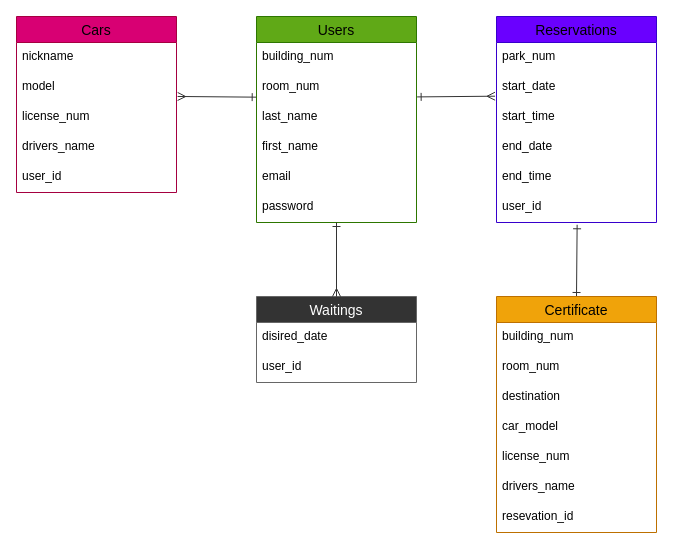
The draw.io diagram ER.drawio in hedgehog248/parking-reserve, before the edit. Source tidied: cells renumbered, new cells numbered last; positions are measured from the earlier drawing's top-left corner, leaving out a move shared by most shapes. Both pictures are drawn from the tidied source at 100%, with x=0, y=0 at pixel (16, 16).
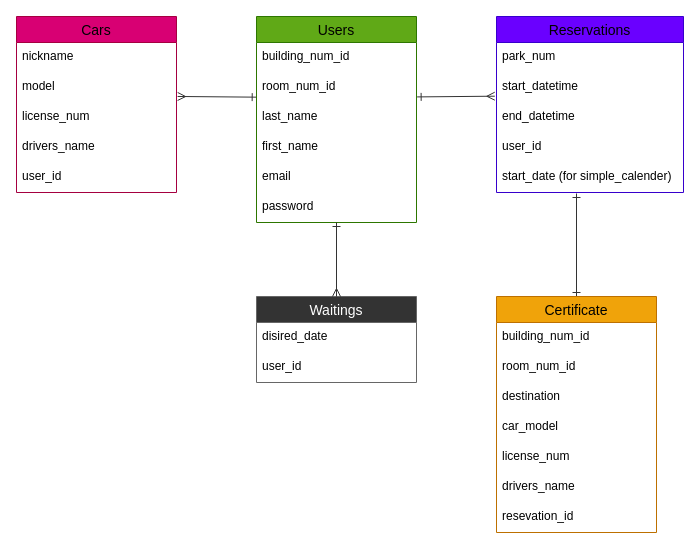
After the change.

Commit message (it also covers changes not shown here):
ER図とreadmeの修正

The change refers to these unchanged cells:
```xml
<mxCell id="3" value="Users" style="swimlane;fontStyle=0;horizontal=1;startSize=26;align=center;fontSize=14;fillColor=#60a917;fontColor=#000000;strokeColor=#2D7600;shadow=0;labelBorderColor=none;labelBackgroundColor=none;rounded=0;" parent="1" vertex="1">
  <mxGeometry x="240" width="160" height="206" as="geometry" />
</mxCell>
<mxCell id="25" value="Certificate" style="swimlane;fontStyle=0;horizontal=1;startSize=26;align=center;fontSize=14;fillColor=#f0a30a;fontColor=#000000;strokeColor=#BD7000;shadow=0;labelBorderColor=none;labelBackgroundColor=none;rounded=0;" parent="1" vertex="1">
  <mxGeometry x="480" y="280" width="160" height="236" as="geometry" />
</mxCell>
```

Diff of the diagram source:
```diff
@@
-    <mxCell id="4" value="building_num" style="text;strokeColor=none;fillColor=none;spacingLeft=4;spacingRight=4;overflow=hidden;fontSize=12;shadow=0;labelBorderColor=none;labelBackgroundColor=none;fontColor=#000000;rounded=0;" parent="3" vertex="1">
+    <mxCell id="4" value="building_num_id" style="text;strokeColor=none;fillColor=none;spacingLeft=4;spacingRight=4;overflow=hidden;fontSize=12;shadow=0;labelBorderColor=none;labelBackgroundColor=none;fontColor=#000000;rounded=0;" parent="3" vertex="1">
       <mxGeometry y="26" width="160" height="30" as="geometry" />
     </mxCell>
-    <mxCell id="5" value="room_num" style="text;strokeColor=none;fillColor=none;spacingLeft=4;spacingRight=4;overflow=hidden;points=[[0,0.5],[1,0.5]];portConstraint=eastwest;fontSize=12;shadow=0;labelBorderColor=none;labelBackgroundColor=none;fontColor=#000000;rounded=0;" parent="3" vertex="1">
+    <mxCell id="5" value="room_num_id" style="text;strokeColor=none;fillColor=none;spacingLeft=4;spacingRight=4;overflow=hidden;points=[[0,0.5],[1,0.5]];portConstraint=eastwest;fontSize=12;shadow=0;labelBorderColor=none;labelBackgroundColor=none;fontColor=#000000;rounded=0;" parent="3" vertex="1">
       <mxGeometry y="56" width="160" height="30" as="geometry" />
     </mxCell>
@@
     <mxCell id="10" value="Reservations" style="swimlane;fontStyle=0;horizontal=1;startSize=26;align=center;fontSize=14;fillColor=#6a00ff;fontColor=#000000;strokeColor=#3700CC;shadow=0;labelBorderColor=none;labelBackgroundColor=none;rounded=0;" parent="1" vertex="1">
-      <mxGeometry x="480" width="160" height="206" as="geometry" />
+      <mxGeometry x="480" width="187" height="176" as="geometry" />
     </mxCell>
     <mxCell id="11" value="park_num" style="text;strokeColor=none;fillColor=none;spacingLeft=4;spacingRight=4;overflow=hidden;fontSize=12;shadow=0;labelBorderColor=none;labelBackgroundColor=none;fontColor=#000000;rounded=0;" parent="10" vertex="1">
-      <mxGeometry y="26" width="160" height="30" as="geometry" />
+      <mxGeometry y="26" width="187" height="30" as="geometry" />
     </mxCell>
-    <mxCell id="12" value="start_date" style="text;strokeColor=none;fillColor=none;spacingLeft=4;spacingRight=4;overflow=hidden;points=[[0,0.5],[1,0.5]];portConstraint=eastwest;fontSize=12;shadow=0;labelBorderColor=none;labelBackgroundColor=none;fontColor=#000000;rounded=0;" parent="10" vertex="1">
-      <mxGeometry y="56" width="160" height="30" as="geometry" />
+    <mxCell id="12" value="start_datetime" style="text;strokeColor=none;fillColor=none;spacingLeft=4;spacingRight=4;overflow=hidden;points=[[0,0.5],[1,0.5]];portConstraint=eastwest;fontSize=12;shadow=0;labelBorderColor=none;labelBackgroundColor=none;fontColor=#000000;rounded=0;" parent="10" vertex="1">
+      <mxGeometry y="56" width="187" height="30" as="geometry" />
     </mxCell>
-    <mxCell id="13" value="start_time" style="text;strokeColor=none;fillColor=none;spacingLeft=4;spacingRight=4;overflow=hidden;fontSize=12;shadow=0;labelBorderColor=none;labelBackgroundColor=none;fontColor=#000000;rounded=0;" parent="10" vertex="1">
-      <mxGeometry y="86" width="160" height="30" as="geometry" />
-    </mxCell>
-    <mxCell id="14" value="end_date" style="text;strokeColor=none;fillColor=none;spacingLeft=4;spacingRight=4;overflow=hidden;fontSize=12;shadow=0;labelBorderColor=none;labelBackgroundColor=none;fontColor=#000000;rounded=0;" parent="10" vertex="1">
-      <mxGeometry y="116" width="160" height="30" as="geometry" />
+    <mxCell id="14" value="end_datetime" style="text;strokeColor=none;fillColor=none;spacingLeft=4;spacingRight=4;overflow=hidden;fontSize=12;shadow=0;labelBorderColor=none;labelBackgroundColor=none;fontColor=#000000;rounded=0;" parent="10" vertex="1">
+      <mxGeometry y="86" width="187" height="30" as="geometry" />
     </mxCell>
-    <mxCell id="15" value="end_time" style="text;strokeColor=none;fillColor=none;spacingLeft=4;spacingRight=4;overflow=hidden;fontSize=12;shadow=0;labelBorderColor=none;labelBackgroundColor=none;fontColor=#000000;rounded=0;" parent="10" vertex="1">
-      <mxGeometry y="146" width="160" height="30" as="geometry" />
-    </mxCell>
     <mxCell id="16" value="user_id" style="text;strokeColor=none;fillColor=none;spacingLeft=4;spacingRight=4;overflow=hidden;points=[[0,0.5],[1,0.5]];portConstraint=eastwest;fontSize=12;shadow=0;labelBorderColor=none;labelBackgroundColor=none;fontColor=#000000;rounded=0;" parent="10" vertex="1">
-      <mxGeometry y="176" width="160" height="30" as="geometry" />
+      <mxGeometry y="116" width="187" height="30" as="geometry" />
     </mxCell>
+    <mxCell id="37" value="start_date (for simple_calender)" style="text;strokeColor=none;fillColor=none;spacingLeft=4;spacingRight=4;overflow=hidden;fontSize=12;shadow=0;labelBorderColor=none;labelBackgroundColor=none;fontColor=#000000;rounded=0;" parent="10" vertex="1">
+      <mxGeometry y="146" width="187" height="30" as="geometry" />
+    </mxCell>
@@
-    <mxCell id="24" style="edgeStyle=none;html=1;exitX=0.5;exitY=0;exitDx=0;exitDy=0;startArrow=ERone;startFill=0;endArrow=ERone;endFill=0;entryX=0.504;entryY=1.076;entryDx=0;entryDy=0;entryPerimeter=0;shadow=0;labelBorderColor=none;labelBackgroundColor=none;fontColor=#000000;rounded=0;strokeColor=#333333;" parent="1" edge="1" source="25" target="16">
-      <mxGeometry relative="1" as="geometry" />
+    <mxCell id="24" style="edgeStyle=none;html=1;exitX=0.5;exitY=0;exitDx=0;exitDy=0;startArrow=ERone;startFill=0;endArrow=ERone;endFill=0;shadow=0;labelBorderColor=none;labelBackgroundColor=none;fontColor=#000000;rounded=0;strokeColor=#333333;" parent="1" edge="1" source="25">
+      <mxGeometry relative="1" as="geometry">
+        <mxPoint x="560" y="177" as="targetPoint" />
+      </mxGeometry>
     </mxCell>
@@
-    <mxCell id="26" value="building_num" style="text;strokeColor=none;fillColor=none;spacingLeft=4;spacingRight=4;overflow=hidden;fontSize=12;shadow=0;labelBorderColor=none;labelBackgroundColor=none;fontColor=#000000;rounded=0;" parent="25" vertex="1">
+    <mxCell id="26" value="building_num_id" style="text;strokeColor=none;fillColor=none;spacingLeft=4;spacingRight=4;overflow=hidden;fontSize=12;shadow=0;labelBorderColor=none;labelBackgroundColor=none;fontColor=#000000;rounded=0;" parent="25" vertex="1">
       <mxGeometry y="26" width="160" height="30" as="geometry" />
     </mxCell>
-    <mxCell id="27" value="room_num" style="text;strokeColor=none;fillColor=none;spacingLeft=4;spacingRight=4;overflow=hidden;fontSize=12;shadow=0;labelBorderColor=none;labelBackgroundColor=none;fontColor=#000000;rounded=0;" parent="25" vertex="1">
+    <mxCell id="27" value="room_num_id" style="text;strokeColor=none;fillColor=none;spacingLeft=4;spacingRight=4;overflow=hidden;fontSize=12;shadow=0;labelBorderColor=none;labelBackgroundColor=none;fontColor=#000000;rounded=0;" parent="25" vertex="1">
       <mxGeometry y="56" width="160" height="30" as="geometry" />
     </mxCell>
```
